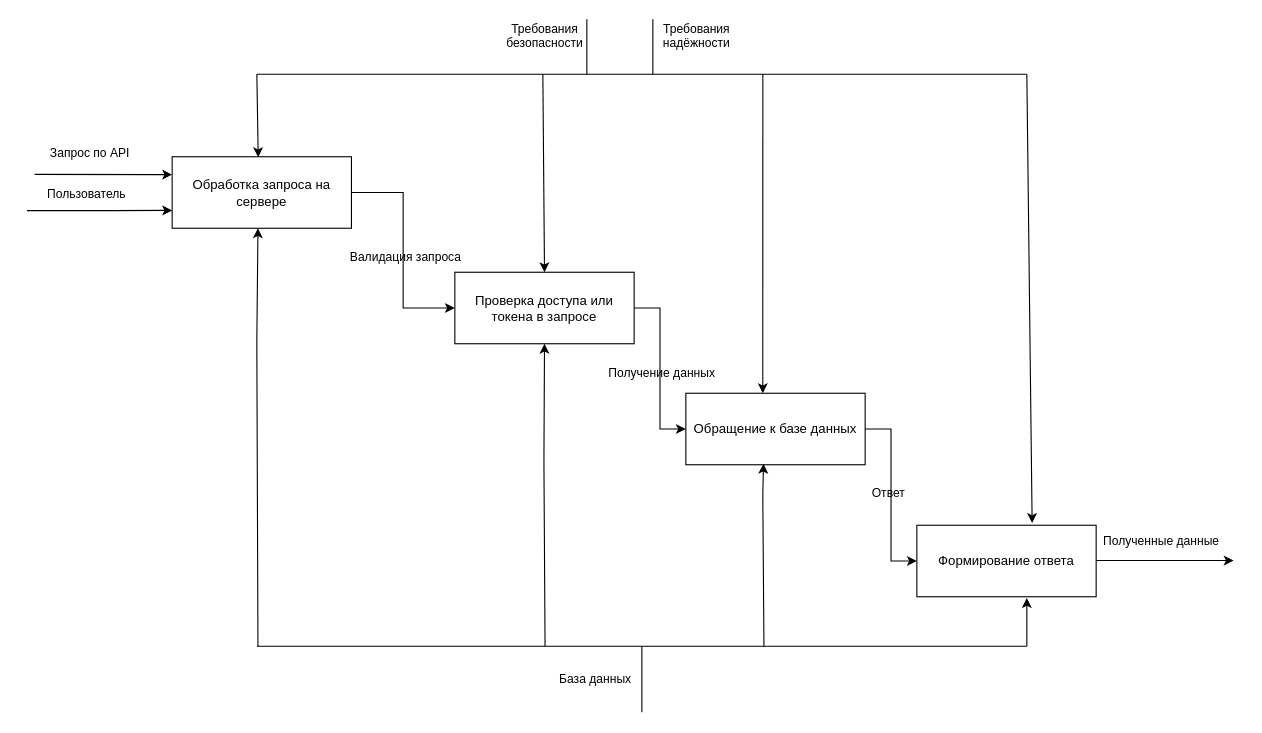
Filimon4/diplom keeps this draw.io diagram as page "Страница-2" (2 of 8) of техническое_задание.drawio. Above is the earlier version. Source tidied: cells renumbered, new cells numbered last; positions are measured from the earlier drawing's top-left corner, leaving out a move shared by most shapes. Both pictures are drawn from the tidied source at 110%, with x=0, y=0 at pixel (26, 19).
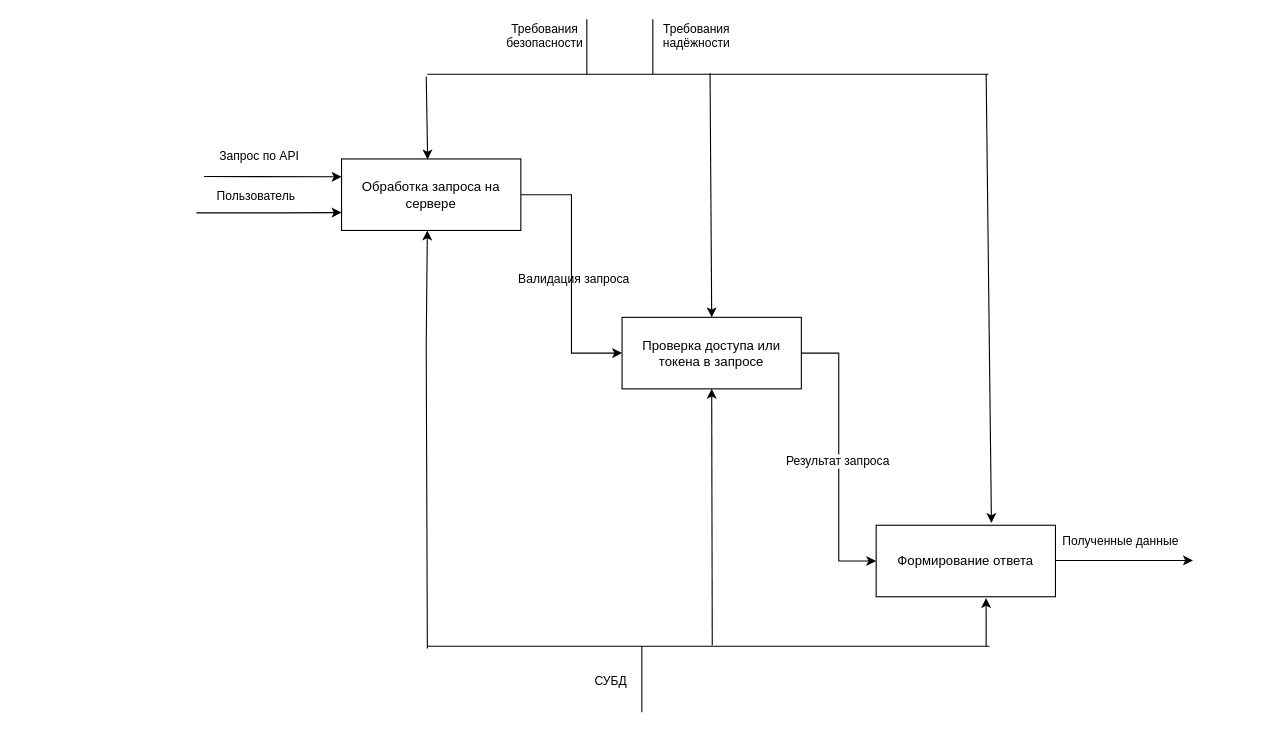
The same diagram, later.

Diff of the diagram source:
```diff
@@
     <mxCell id="2" style="endArrow=classic;html=1;rounded=0;labelBackgroundColor=none;fontColor=default;entryX=0;entryY=0.25;entryDx=0;entryDy=0;" parent="1" edge="1" target="10">
       <mxGeometry relative="1" as="geometry">
-        <mxPoint x="7" y="141" as="sourcePoint" />
+        <mxPoint x="161" y="143" as="sourcePoint" />
       </mxGeometry>
     </mxCell>
@@
     <mxCell id="4" style="endArrow=classic;html=1;rounded=0;labelBackgroundColor=none;fontColor=default;" parent="1" edge="1">
       <mxGeometry relative="1" as="geometry">
-        <mxPoint x="972" y="492.1" as="sourcePoint" />
-        <mxPoint x="1097" y="492.1" as="targetPoint" />
+        <mxPoint x="935" y="492" as="sourcePoint" />
+        <mxPoint x="1060" y="492" as="targetPoint" />
       </mxGeometry>
     </mxCell>
@@
     <mxCell id="6" style="endArrow=classic;html=1;rounded=0;labelBackgroundColor=none;fontColor=default;entryX=0;entryY=0.75;entryDx=0;entryDy=0;" parent="1" edge="1" target="10">
       <mxGeometry relative="1" as="geometry">
-        <mxPoint y="174" as="sourcePoint" />
+        <mxPoint x="154" y="176" as="sourcePoint" />
         <Array as="points">
-          <mxPoint x="79" y="174" />
+          <mxPoint x="233" y="176" />
         </Array>
       </mxGeometry>
     </mxCell>
@@
     <mxCell id="10" value="Обработка запроса на сервере" style="rounded=0;whiteSpace=wrap;html=1;labelBackgroundColor=none;" parent="1" vertex="1">
-      <mxGeometry x="132" y="125" width="163" height="65" as="geometry" />
+      <mxGeometry x="286" y="127" width="163" height="65" as="geometry" />
     </mxCell>
-    <mxCell id="11" style="edgeStyle=orthogonalEdgeStyle;rounded=0;jettySize=auto;html=1;entryX=0;entryY=0.5;entryDx=0;entryDy=0;labelBackgroundColor=none;fontColor=default;" parent="1" edge="1" source="13" target="16">
-      <mxGeometry relative="1" as="geometry" />
-    </mxCell>
-    <mxCell id="12" value="Получение данных" style="edgeLabel;html=1;align=center;verticalAlign=middle;labelBackgroundColor=none;" parent="11" vertex="1">
-      <mxGeometry x="-0.05" y="1" relative="1" as="geometry">
-        <mxPoint y="7" as="offset" />
-      </mxGeometry>
-    </mxCell>
+    <mxCell id="34" style="edgeStyle=orthogonalEdgeStyle;rounded=0;jettySize=auto;html=1;exitX=1;exitY=0.5;exitDx=0;exitDy=0;entryX=0;entryY=0.5;entryDx=0;entryDy=0;" parent="1" edge="1" source="13" target="17">
+      <mxGeometry relative="1" as="geometry" />
+    </mxCell>
+    <mxCell id="35" value="Результат запроса" style="edgeLabel;html=1;align=center;verticalAlign=middle;" parent="34" vertex="1">
+      <mxGeometry x="0.02" y="-2" relative="1" as="geometry">
+        <mxPoint y="1" as="offset" />
+      </mxGeometry>
+    </mxCell>
     <mxCell id="13" value="Проверка доступа или токена в запросе" style="rounded=0;whiteSpace=wrap;html=1;labelBackgroundColor=none;" parent="1" vertex="1">
-      <mxGeometry x="389" y="230" width="163" height="65" as="geometry" />
+      <mxGeometry x="541" y="271" width="163" height="65" as="geometry" />
     </mxCell>
-    <mxCell id="14" style="edgeStyle=orthogonalEdgeStyle;rounded=0;jettySize=auto;html=1;entryX=0;entryY=0.5;entryDx=0;entryDy=0;labelBackgroundColor=none;fontColor=default;" parent="1" edge="1" source="16" target="17">
-      <mxGeometry relative="1" as="geometry" />
-    </mxCell>
-    <mxCell id="15" value="Ответ" style="edgeLabel;html=1;align=center;verticalAlign=middle;labelBackgroundColor=none;" parent="14" vertex="1">
-      <mxGeometry x="-0.03" y="-3" relative="1" as="geometry" />
-    </mxCell>
-    <mxCell id="16" value="Обращение к базе данных" style="rounded=0;whiteSpace=wrap;html=1;labelBackgroundColor=none;" parent="1" vertex="1">
-      <mxGeometry x="599" y="340" width="163" height="65" as="geometry" />
-    </mxCell>
     <mxCell id="17" value="Формирование ответа" style="rounded=0;whiteSpace=wrap;html=1;labelBackgroundColor=none;" parent="1" vertex="1">
-      <mxGeometry x="809" y="460" width="163" height="65" as="geometry" />
+      <mxGeometry x="772" y="460" width="163" height="65" as="geometry" />
     </mxCell>
     <mxCell id="18" style="endArrow=none;html=1;rounded=0;labelBackgroundColor=none;fontColor=default;" parent="1" edge="1">
       <mxGeometry relative="1" as="geometry">
-        <mxPoint x="209" y="50" as="sourcePoint" />
-        <mxPoint x="909" y="50" as="targetPoint" />
+        <mxPoint x="364" y="50" as="sourcePoint" />
+        <mxPoint x="874" y="50" as="targetPoint" />
       </mxGeometry>
     </mxCell>
     <mxCell id="19" style="endArrow=classic;html=1;rounded=0;entryX=0.5;entryY=0;entryDx=0;entryDy=0;labelBackgroundColor=none;fontColor=default;" parent="1" edge="1" target="13">
       <mxGeometry relative="1" as="geometry">
-        <mxPoint x="469" y="50" as="sourcePoint" />
+        <mxPoint x="621" y="49" as="sourcePoint" />
       </mxGeometry>
     </mxCell>
-    <mxCell id="20" style="endArrow=classic;html=1;rounded=0;entryX=0.429;entryY=0;entryDx=0;entryDy=0;entryPerimeter=0;labelBackgroundColor=none;fontColor=default;" parent="1" edge="1" target="16">
-      <mxGeometry relative="1" as="geometry">
-        <mxPoint x="669" y="50" as="sourcePoint" />
-      </mxGeometry>
-    </mxCell>
     <mxCell id="21" style="endArrow=classic;html=1;rounded=0;entryX=0.643;entryY=-0.033;entryDx=0;entryDy=0;entryPerimeter=0;labelBackgroundColor=none;fontColor=default;" parent="1" edge="1" target="17">
       <mxGeometry relative="1" as="geometry">
-        <mxPoint x="909" y="50" as="sourcePoint" />
+        <mxPoint x="872" y="50" as="sourcePoint" />
       </mxGeometry>
     </mxCell>
@@
     <mxCell id="24" style="endArrow=classic;html=1;rounded=0;entryX=0.48;entryY=0.006;entryDx=0;entryDy=0;entryPerimeter=0;labelBackgroundColor=none;fontColor=default;" parent="1" edge="1" target="10">
       <mxGeometry relative="1" as="geometry">
-        <mxPoint x="209" y="50" as="sourcePoint" />
+        <mxPoint x="363" y="52" as="sourcePoint" />
       </mxGeometry>
     </mxCell>
@@
     <mxCell id="27" style="endArrow=none;html=1;rounded=0;labelBackgroundColor=none;fontColor=default;" parent="1" edge="1">
       <mxGeometry relative="1" as="geometry">
-        <mxPoint x="209" y="570" as="sourcePoint" />
-        <mxPoint x="909" y="570" as="targetPoint" />
+        <mxPoint x="364" y="570" as="sourcePoint" />
+        <mxPoint x="875" y="570" as="targetPoint" />
       </mxGeometry>
     </mxCell>
     <mxCell id="28" style="endArrow=classic;html=1;rounded=0;entryX=0.613;entryY=1.019;entryDx=0;entryDy=0;entryPerimeter=0;labelBackgroundColor=none;fontColor=default;" parent="1" edge="1" target="17">
       <mxGeometry relative="1" as="geometry">
-        <mxPoint x="909" y="570" as="sourcePoint" />
+        <mxPoint x="872" y="570" as="sourcePoint" />
         <Array as="points">
-          <mxPoint x="909" y="550" />
-          <mxPoint x="909" y="540" />
+          <mxPoint x="872" y="550" />
+          <mxPoint x="872" y="540" />
         </Array>
       </mxGeometry>
     </mxCell>
-    <mxCell id="29" style="endArrow=classic;html=1;rounded=0;entryX=0.433;entryY=0.985;entryDx=0;entryDy=0;entryPerimeter=0;labelBackgroundColor=none;fontColor=default;" parent="1" edge="1" target="16">
-      <mxGeometry relative="1" as="geometry">
-        <mxPoint x="670" y="570" as="sourcePoint" />
-        <Array as="points">
-          <mxPoint x="669" y="440" />
-          <mxPoint x="669" y="430" />
-        </Array>
-      </mxGeometry>
-    </mxCell>
     <mxCell id="30" style="endArrow=classic;html=1;rounded=0;entryX=0.5;entryY=1;entryDx=0;entryDy=0;labelBackgroundColor=none;fontColor=default;" parent="1" edge="1" target="13">
       <mxGeometry relative="1" as="geometry">
-        <mxPoint x="471" y="570" as="sourcePoint" />
-        <Array as="points">
-          <mxPoint x="470" y="406" />
-          <mxPoint x="470" y="396" />
-        </Array>
+        <mxPoint x="623" y="569" as="sourcePoint" />
       </mxGeometry>
     </mxCell>
     <mxCell id="31" style="endArrow=classic;html=1;rounded=0;entryX=0.5;entryY=1;entryDx=0;entryDy=0;labelBackgroundColor=none;fontColor=default;" parent="1" edge="1">
       <mxGeometry relative="1" as="geometry">
-        <mxPoint x="210" y="570" as="sourcePoint" />
-        <mxPoint x="210" y="190" as="targetPoint" />
+        <mxPoint x="364" y="572" as="sourcePoint" />
+        <mxPoint x="364" y="192" as="targetPoint" />
         <Array as="points">
-          <mxPoint x="209" y="301" />
-          <mxPoint x="209" y="291" />
+          <mxPoint x="363" y="303" />
+          <mxPoint x="363" y="293" />
         </Array>
       </mxGeometry>
     </mxCell>
-    <mxCell id="32" value="&lt;span style=&quot;font-size: 11px; text-wrap-mode: nowrap;&quot;&gt;База данных&lt;/span&gt;" style="text;html=1;align=center;verticalAlign=middle;whiteSpace=wrap;rounded=0;labelBackgroundColor=none;" parent="1" vertex="1">
-      <mxGeometry x="487" y="585" width="60" height="30" as="geometry" />
+    <mxCell id="32" value="&lt;span style=&quot;font-size: 11px; text-wrap-mode: nowrap;&quot;&gt;СУБД&lt;/span&gt;" style="text;html=1;align=center;verticalAlign=middle;whiteSpace=wrap;rounded=0;labelBackgroundColor=none;" parent="1" vertex="1">
+      <mxGeometry x="500.5" y="587" width="60" height="30" as="geometry" />
     </mxCell>
```
